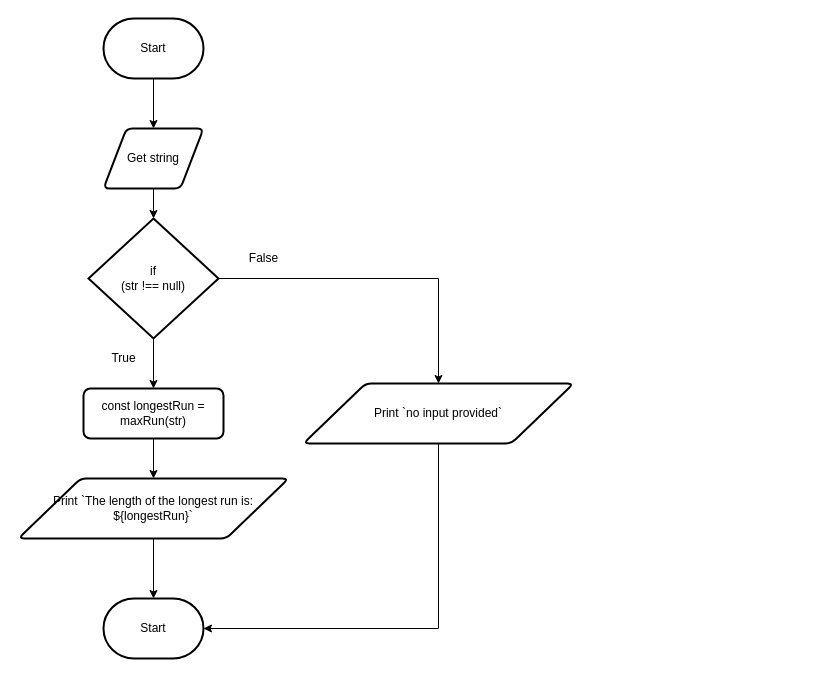
Before: Design/Flowchart.drawio in Mikael-Amare/ICS4U-Assignment2, a draw.io diagram. Source tidied: cells renumbered, new cells numbered last; positions are measured from the earlier drawing's top-left corner, leaving out a move shared by most shapes. Both pictures are drawn from the tidied source at 100%, with x=0, y=0 at pixel (18, 18).
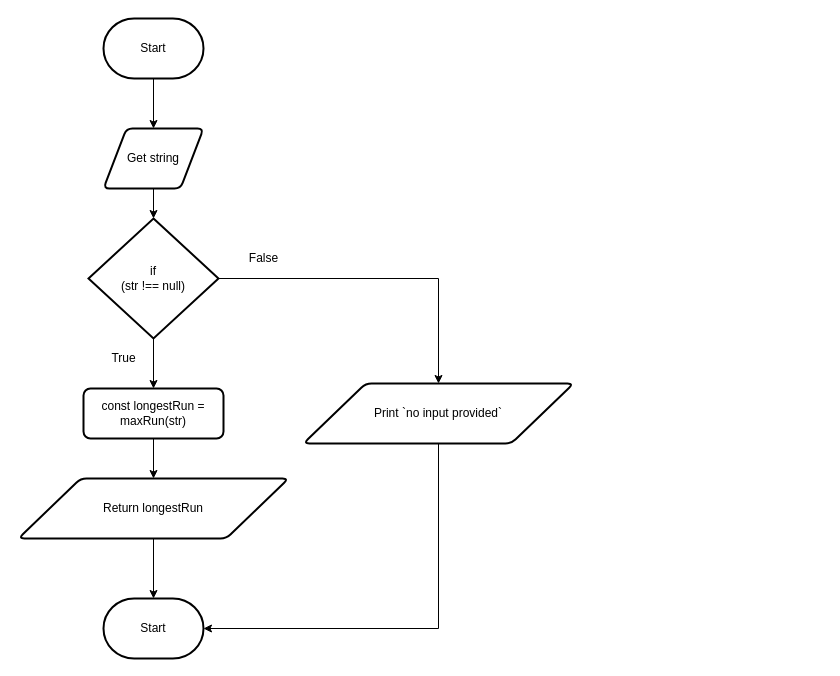
After the change.

Commit message (it also covers changes not shown here):
modified flowchart and moved code around in ts

Unchanged cells that the change refers to:
```xml
<mxCell id="14" value="Start" style="strokeWidth=2;html=1;shape=mxgraph.flowchart.terminator;whiteSpace=wrap;" parent="1" vertex="1">
  <mxGeometry x="85" y="580" width="100" height="60" as="geometry" />
</mxCell>
<mxCell id="16" value="Print `no input provided`" style="shape=parallelogram;html=1;strokeWidth=2;perimeter=parallelogramPerimeter;whiteSpace=wrap;rounded=1;arcSize=12;size=0.23;" parent="1" vertex="1">
  <mxGeometry x="285" y="365" width="270" height="60" as="geometry" />
</mxCell>
```

Change to the diagram source:
```diff
@@
-    <mxCell id="13" value="Print `The length of the longest run is: ${longestRun}`" style="shape=parallelogram;html=1;strokeWidth=2;perimeter=parallelogramPerimeter;whiteSpace=wrap;rounded=1;arcSize=12;size=0.23;" parent="1" vertex="1">
+    <mxCell id="13" value="Return longestRun" style="shape=parallelogram;html=1;strokeWidth=2;perimeter=parallelogramPerimeter;whiteSpace=wrap;rounded=1;arcSize=12;size=0.23;" parent="1" vertex="1">
       <mxGeometry y="460" width="270" height="60" as="geometry" />
     </mxCell>
@@
     <mxCell id="15" style="edgeStyle=orthogonalEdgeStyle;rounded=0;html=1;exitX=0.5;exitY=1;exitDx=0;exitDy=0;entryX=1;entryY=0.5;entryDx=0;entryDy=0;entryPerimeter=0;" parent="1" edge="1" source="16" target="14">
-      <mxGeometry relative="1" as="geometry" />
+      <mxGeometry relative="1" as="geometry">
+        <Array as="points">
+          <mxPoint x="420" y="610" />
+        </Array>
+      </mxGeometry>
     </mxCell>
```
